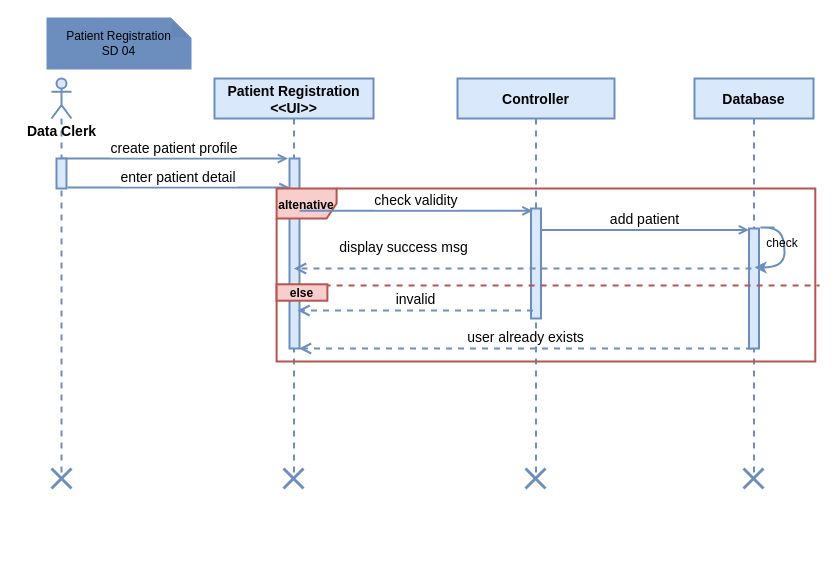
fasil712/UML_Diagram_Design keeps this draw.io diagram as page "Client Registration SD" (4 of 6) of Sequence Diagram.drawio. Above is the earlier version. Source tidied: cells renumbered, new cells numbered last; positions are measured from the earlier drawing's top-left corner, leaving out a move shared by most shapes. Both pictures are drawn from the tidied source at 100%, with x=0, y=0 at pixel (47, 18).
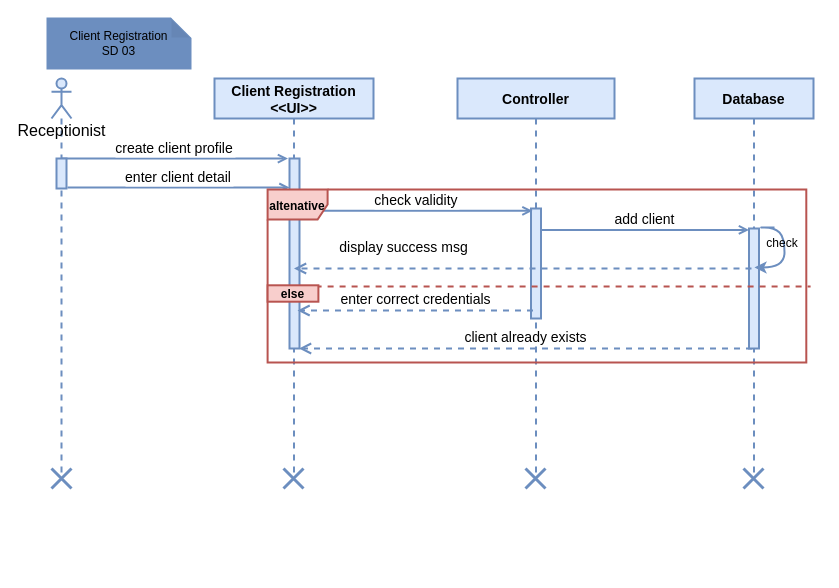
Above is the later version.

The change refers to these unchanged cells:
```xml
<mxCell id="3" style="html=1;points=[];perimeter=orthogonalPerimeter;fillColor=#dae8fc;strokeColor=#6c8ebf;fontSize=16;strokeWidth=2;" parent="2" vertex="1">
  <mxGeometry x="75" y="80" width="10" height="190" as="geometry" />
</mxCell>
<mxCell id="5" style="points=[];perimeter=orthogonalPerimeter;rounded=0;shadow=0;strokeWidth=2;fillColor=#dae8fc;strokeColor=#6c8ebf;fontSize=16;" parent="4" vertex="1">
  <mxGeometry x="73.5" y="130" width="10" height="110" as="geometry" />
</mxCell>
```

Diff of the diagram source:
```diff
@@
+    <mxCell id="29" style="group;" parent="1" vertex="1">
+      <mxGeometry width="770" height="553" as="geometry" />
+    </mxCell>
-    <mxCell id="2" value="Patient Registration&#10;&lt;&lt;UI&gt;&gt;" style="shape=umlLifeline;perimeter=lifelinePerimeter;rounded=0;shadow=0;strokeWidth=2;fillColor=#dae8fc;strokeColor=#6c8ebf;fontSize=14;align=center;fontStyle=1;" parent="1" vertex="1">
+    <mxCell id="2" value="Client Registration&#10;&lt;&lt;UI&gt;&gt;" style="shape=umlLifeline;perimeter=lifelinePerimeter;rounded=0;shadow=0;strokeWidth=2;fillColor=#dae8fc;strokeColor=#6c8ebf;fontSize=14;align=center;fontStyle=1;" parent="29" vertex="1">
       <mxGeometry x="167" y="60" width="159" height="400" as="geometry" />
     </mxCell>
@@
-    <mxCell id="4" value="Controller" style="shape=umlLifeline;perimeter=lifelinePerimeter;rounded=0;shadow=0;strokeWidth=2;fillColor=#dae8fc;strokeColor=#6c8ebf;fontSize=14;fontStyle=1;" parent="1" vertex="1">
+    <mxCell id="4" value="Controller" style="shape=umlLifeline;perimeter=lifelinePerimeter;rounded=0;shadow=0;strokeWidth=2;fillColor=#dae8fc;strokeColor=#6c8ebf;fontSize=14;fontStyle=1;" parent="29" vertex="1">
       <mxGeometry x="410" y="60" width="157" height="400" as="geometry" />
     </mxCell>
@@
-    <mxCell id="6" value="create patient profile" style="verticalAlign=bottom;endArrow=open;shadow=0;strokeWidth=2;entryX=-0.1;entryY=0.005;entryDx=0;entryDy=0;entryPerimeter=0;fillColor=#dae8fc;strokeColor=#6c8ebf;fontSize=14;endFill=0;" parent="1" edge="1" source="7">
+    <mxCell id="6" value="create client profile" style="verticalAlign=bottom;endArrow=open;shadow=0;strokeWidth=2;entryX=-0.1;entryY=0.005;entryDx=0;entryDy=0;entryPerimeter=0;fillColor=#dae8fc;strokeColor=#6c8ebf;fontSize=14;endFill=0;" parent="29" edge="1" source="7">
       <mxGeometry relative="1" as="geometry">
         <mxPoint x="240.5" y="140.1" as="targetPoint" />
       </mxGeometry>
     </mxCell>
-    <mxCell id="7" value="&lt;font style=&quot;font-size: 14px;&quot;&gt;&lt;b&gt;Data Clerk&lt;/b&gt;&lt;/font&gt;" style="shape=umlLifeline;participant=umlActor;perimeter=lifelinePerimeter;html=1;verticalAlign=top;spacingTop=36;outlineConnect=0;size=40;fillColor=#dae8fc;strokeColor=#6c8ebf;fontSize=16;strokeWidth=2;" parent="1" vertex="1">
+    <mxCell id="7" value="Receptionist" style="shape=umlLifeline;participant=umlActor;perimeter=lifelinePerimeter;html=1;verticalAlign=top;spacingTop=36;outlineConnect=0;size=40;fillColor=#dae8fc;strokeColor=#6c8ebf;fontSize=16;strokeWidth=2;" parent="29" vertex="1">
       <mxGeometry x="4" y="60" width="20" height="400" as="geometry" />
     </mxCell>
@@
-    <mxCell id="9" value="&lt;font style=&quot;font-size: 14px;&quot;&gt;&lt;b&gt;Database&lt;/b&gt;&lt;/font&gt;" style="shape=umlLifeline;perimeter=lifelinePerimeter;whiteSpace=wrap;html=1;fillColor=#dae8fc;strokeColor=#6c8ebf;fontSize=16;strokeWidth=2;" parent="1" vertex="1">
+    <mxCell id="9" value="&lt;font style=&quot;font-size: 14px;&quot;&gt;&lt;b&gt;Database&lt;/b&gt;&lt;/font&gt;" style="shape=umlLifeline;perimeter=lifelinePerimeter;whiteSpace=wrap;html=1;fillColor=#dae8fc;strokeColor=#6c8ebf;fontSize=16;strokeWidth=2;" parent="29" vertex="1">
       <mxGeometry x="647" y="60" width="119" height="400" as="geometry" />
     </mxCell>
-    <mxCell id="10" value="user already exists" style="html=1;verticalAlign=bottom;endArrow=open;dashed=1;endSize=8;rounded=0;fontSize=14;fontColor=#000000;strokeColor=#6C8EBF;strokeWidth=2;exitX=-0.2;exitY=0.475;exitDx=0;exitDy=0;exitPerimeter=0;" parent="9" edge="1">
+    <mxCell id="10" value="client already exists" style="html=1;verticalAlign=bottom;endArrow=open;dashed=1;endSize=8;rounded=0;fontSize=14;fontColor=#000000;strokeColor=#6C8EBF;strokeWidth=2;exitX=-0.2;exitY=0.475;exitDx=0;exitDy=0;exitPerimeter=0;" parent="9" edge="1">
       <mxGeometry relative="1" as="geometry">
         <mxPoint x="57.5" y="270" as="sourcePoint" />
         <mxPoint x="-395.5" y="270" as="targetPoint" />
       </mxGeometry>
     </mxCell>
@@
-    <mxCell id="12" value="enter patient detail" style="verticalAlign=bottom;endArrow=open;shadow=0;strokeWidth=2;fillColor=#dae8fc;strokeColor=#6c8ebf;fontSize=14;exitX=1.1;exitY=0.323;exitDx=0;exitDy=0;exitPerimeter=0;endFill=0;" parent="1" edge="1">
+    <mxCell id="12" value="enter client detail" style="verticalAlign=bottom;endArrow=open;shadow=0;strokeWidth=2;fillColor=#dae8fc;strokeColor=#6c8ebf;fontSize=14;exitX=1.1;exitY=0.323;exitDx=0;exitDy=0;exitPerimeter=0;endFill=0;" parent="29" edge="1">
       <mxGeometry relative="1" as="geometry">
         <mxPoint x="20" y="169" as="sourcePoint" />
         <mxPoint x="242" y="169" as="targetPoint" />
       </mxGeometry>
     </mxCell>
-    <mxCell id="13" value="&lt;div&gt;&lt;font style=&quot;font-size: 14px;&quot;&gt;display success msg&lt;/font&gt;&lt;/div&gt;" style="html=1;verticalAlign=bottom;endArrow=open;dashed=1;endSize=8;rounded=0;fontSize=14;fontColor=#000000;strokeColor=#6C8EBF;strokeWidth=2;" parent="1" edge="1" target="2">
+    <mxCell id="13" value="&lt;div&gt;&lt;font style=&quot;font-size: 14px;&quot;&gt;display success msg&lt;/font&gt;&lt;/div&gt;" style="html=1;verticalAlign=bottom;endArrow=open;dashed=1;endSize=8;rounded=0;fontSize=14;fontColor=#000000;strokeColor=#6C8EBF;strokeWidth=2;" parent="29" edge="1" target="2">
       <mxGeometry x="0.52" y="-10" relative="1" as="geometry">
         <mxPoint x="704" y="250" as="sourcePoint" />
       </mxGeometry>
     </mxCell>
-    <mxCell id="14" style="shape=umlDestroy;whiteSpace=wrap;html=1;strokeWidth=3;fontSize=12;fillColor=#6C8EBF;strokeColor=#6C8EBF;" parent="1" vertex="1">
+    <mxCell id="14" style="shape=umlDestroy;whiteSpace=wrap;html=1;strokeWidth=3;fontSize=12;fillColor=#6C8EBF;strokeColor=#6C8EBF;" parent="29" vertex="1">
       <mxGeometry x="4" y="450" width="20" height="20" as="geometry" />
     </mxCell>
-    <mxCell id="15" style="shape=umlDestroy;whiteSpace=wrap;html=1;strokeWidth=3;fontSize=12;fillColor=#6C8EBF;strokeColor=#6C8EBF;" parent="1" vertex="1">
+    <mxCell id="15" style="shape=umlDestroy;whiteSpace=wrap;html=1;strokeWidth=3;fontSize=12;fillColor=#6C8EBF;strokeColor=#6C8EBF;" parent="29" vertex="1">
       <mxGeometry x="236" y="450" width="20" height="20" as="geometry" />
     </mxCell>
-    <mxCell id="16" style="shape=umlDestroy;whiteSpace=wrap;html=1;strokeWidth=3;fontSize=12;fillColor=#6C8EBF;strokeColor=#6C8EBF;" parent="1" vertex="1">
+    <mxCell id="16" style="shape=umlDestroy;whiteSpace=wrap;html=1;strokeWidth=3;fontSize=12;fillColor=#6C8EBF;strokeColor=#6C8EBF;" parent="29" vertex="1">
       <mxGeometry x="478" y="450" width="20" height="20" as="geometry" />
     </mxCell>
-    <mxCell id="17" style="shape=umlDestroy;whiteSpace=wrap;html=1;strokeWidth=3;fontSize=12;fillColor=#6C8EBF;strokeColor=#6C8EBF;fontStyle=0;labelBackgroundColor=none;" parent="1" vertex="1">
+    <mxCell id="17" style="shape=umlDestroy;whiteSpace=wrap;html=1;strokeWidth=3;fontSize=12;fillColor=#6C8EBF;strokeColor=#6C8EBF;fontStyle=0;labelBackgroundColor=none;" parent="29" vertex="1">
       <mxGeometry x="696" y="450" width="20" height="20" as="geometry" />
     </mxCell>
-    <mxCell id="18" value="add patient" style="verticalAlign=bottom;endArrow=open;shadow=0;strokeWidth=2;exitX=1;exitY=0.167;exitDx=0;exitDy=0;exitPerimeter=0;fillColor=#dae8fc;strokeColor=#6c8ebf;fontSize=14;endFill=0;startArrow=none;" parent="1" edge="1">
+    <mxCell id="18" value="add client" style="verticalAlign=bottom;endArrow=open;shadow=0;strokeWidth=2;exitX=1;exitY=0.167;exitDx=0;exitDy=0;exitPerimeter=0;fillColor=#dae8fc;strokeColor=#6c8ebf;fontSize=14;endFill=0;startArrow=none;" parent="29" edge="1">
       <mxGeometry relative="1" as="geometry">
         <mxPoint x="493.5" y="211.4" as="sourcePoint" />
         <mxPoint x="701.5" y="211.4" as="targetPoint" />
       </mxGeometry>
     </mxCell>
-    <mxCell id="19" value="invalid" style="html=1;verticalAlign=bottom;endArrow=open;dashed=1;endSize=8;rounded=0;fontSize=14;fontColor=#000000;strokeColor=#6C8EBF;strokeWidth=2;" parent="1" edge="1">
+    <mxCell id="19" value="enter correct credentials " style="html=1;verticalAlign=bottom;endArrow=open;dashed=1;endSize=8;rounded=0;fontSize=14;fontColor=#000000;strokeColor=#6C8EBF;strokeWidth=2;" parent="29" edge="1">
       <mxGeometry relative="1" as="geometry">
         <mxPoint x="485.5" y="292" as="sourcePoint" />
         <mxPoint x="250" y="292" as="targetPoint" />
       </mxGeometry>
     </mxCell>
-    <mxCell id="20" value="&lt;div&gt;Patient Registration &lt;br&gt;&lt;/div&gt;&lt;div&gt;SD 04&lt;/div&gt;" style="shape=note;whiteSpace=wrap;html=1;backgroundOutline=1;darkOpacity=0.05;fontSize=12;fontColor=#000000;strokeColor=#6C8EBF;strokeWidth=2;fillColor=#6C8EBF;size=20;" parent="1" vertex="1">
+    <mxCell id="20" value="&lt;div&gt;Client Registration &lt;br&gt;&lt;/div&gt;&lt;div&gt;SD 03&lt;/div&gt;" style="shape=note;whiteSpace=wrap;html=1;backgroundOutline=1;darkOpacity=0.05;fontSize=12;fontColor=#000000;strokeColor=#6C8EBF;strokeWidth=2;fillColor=#6C8EBF;size=20;" parent="29" vertex="1">
       <mxGeometry width="143" height="50" as="geometry" />
     </mxCell>
+    <mxCell id="25" style="group;" parent="29" vertex="1">
+      <mxGeometry x="707" y="209" width="48" height="40" as="geometry" />
+    </mxCell>
+    <mxCell id="26" style="curved=1;endArrow=classic;html=1;rounded=0;fontSize=12;fontColor=#000000;strokeColor=#6C8EBF;strokeWidth=2;" parent="25" edge="1">
+      <mxGeometry relative="1" as="geometry">
+        <mxPoint x="20" as="sourcePoint" />
+        <mxPoint y="40" as="targetPoint" />
+        <Array as="points">
+          <mxPoint />
+          <mxPoint x="20" />
+          <mxPoint x="30" y="10" />
+          <mxPoint x="30" y="40" />
+        </Array>
+      </mxGeometry>
+    </mxCell>
+    <mxCell id="27" value="check" style="text;html=1;strokeColor=none;fillColor=none;align=center;verticalAlign=middle;whiteSpace=wrap;rounded=0;fontSize=12;fontColor=#000000;" parent="25" vertex="1">
+      <mxGeometry x="8" y="8" width="40" height="15" as="geometry" />
+    </mxCell>
+    <mxCell id="28" value="check validity" style="verticalAlign=bottom;endArrow=open;shadow=0;strokeWidth=2;fillColor=#dae8fc;strokeColor=#6c8ebf;fontSize=14;endFill=0;entryX=0.15;entryY=0.021;entryDx=0;entryDy=0;entryPerimeter=0;" parent="29" edge="1" source="3" target="5">
+      <mxGeometry relative="1" as="geometry" />
+    </mxCell>
-    <mxCell id="21" style="group;" parent="1" vertex="1">
-      <mxGeometry x="227" y="170" width="543" height="173" as="geometry" />
+    <mxCell id="21" style="group;" parent="29" vertex="1">
+      <mxGeometry x="218" y="171" width="543" height="173" as="geometry" />
     </mxCell>
@@
-    <mxCell id="25" style="group;" parent="1" vertex="1">
-      <mxGeometry x="707" y="209" width="48" height="40" as="geometry" />
-    </mxCell>
-    <mxCell id="26" style="curved=1;endArrow=classic;html=1;rounded=0;fontSize=12;fontColor=#000000;strokeColor=#6C8EBF;strokeWidth=2;" parent="25" edge="1">
-      <mxGeometry relative="1" as="geometry">
-        <mxPoint x="20" as="sourcePoint" />
-        <mxPoint y="40" as="targetPoint" />
-        <Array as="points">
-          <mxPoint />
-          <mxPoint x="20" />
-          <mxPoint x="30" y="10" />
-          <mxPoint x="30" y="40" />
-        </Array>
-      </mxGeometry>
-    </mxCell>
-    <mxCell id="27" value="check" style="text;html=1;strokeColor=none;fillColor=none;align=center;verticalAlign=middle;whiteSpace=wrap;rounded=0;fontSize=12;fontColor=#000000;" parent="25" vertex="1">
-      <mxGeometry x="8" y="8" width="40" height="15" as="geometry" />
-    </mxCell>
-    <mxCell id="28" value="check validity" style="verticalAlign=bottom;endArrow=open;shadow=0;strokeWidth=2;fillColor=#dae8fc;strokeColor=#6c8ebf;fontSize=14;endFill=0;entryX=0.15;entryY=0.021;entryDx=0;entryDy=0;entryPerimeter=0;" parent="1" edge="1" source="3" target="5">
-      <mxGeometry relative="1" as="geometry" />
-    </mxCell>
```
